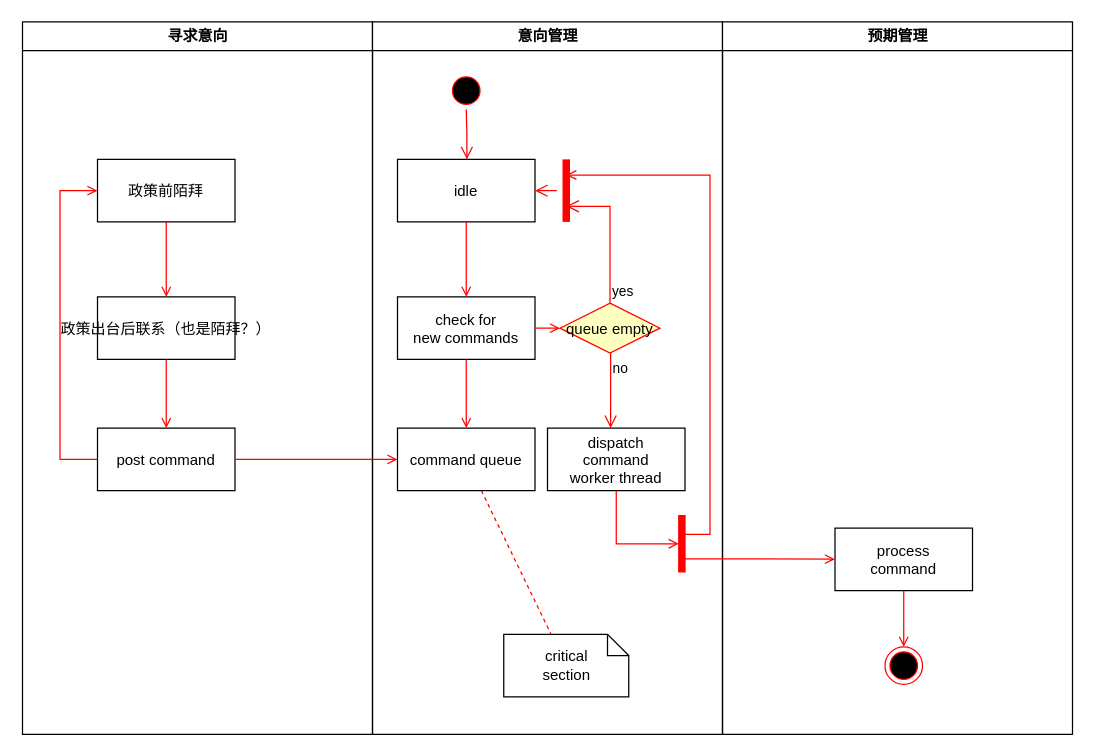
This is 未命名绘图.drawio from evanzf/Home, a draw.io file, before an edit. Source tidied: cells renumbered, new cells numbered last; positions are measured from the earlier drawing's top-left corner, leaving out a move shared by most shapes. Both pictures are drawn from the tidied source at 125%, with x=0, y=0 at pixel (21, 21).
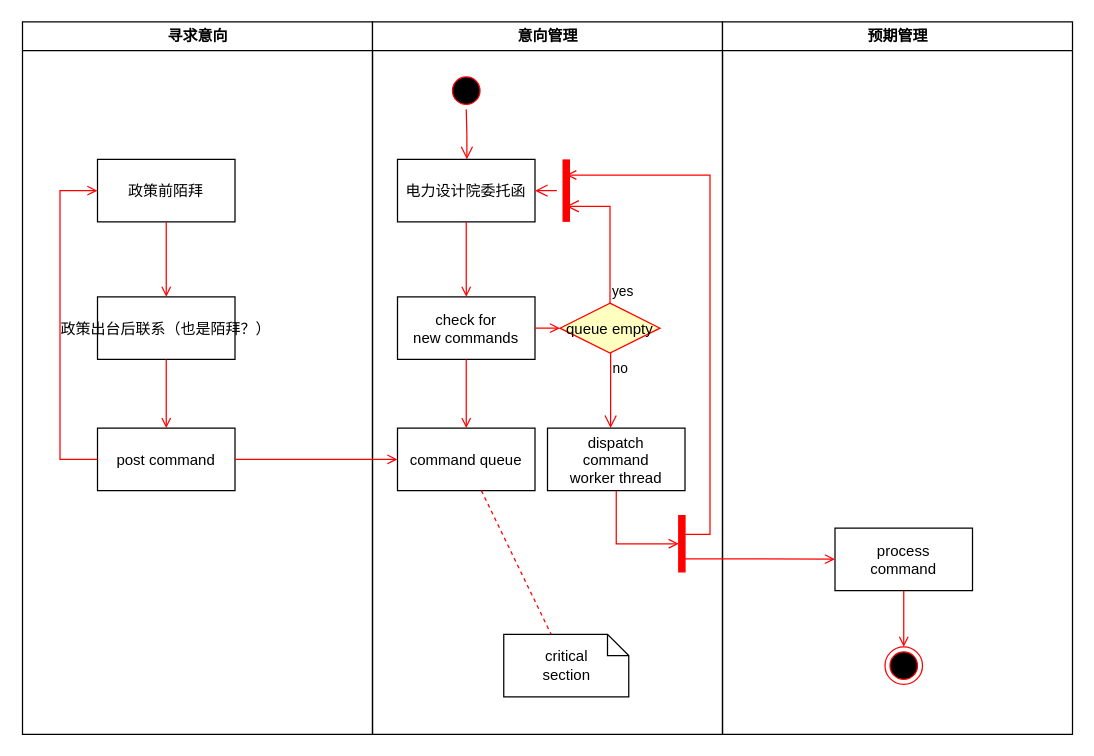
The same page after the edit.

Commit message:
更新未命名绘图.drawio

The change refers to these unchanged cells:
```xml
<mxCell id="9" value="意向管理" style="swimlane;whiteSpace=wrap;" parent="1" vertex="1">
  <mxGeometry x="280.5" width="280" height="570" as="geometry" />
</mxCell>
```

What changed in the source:
```diff
@@
-    <mxCell id="12" value="idle" parent="9" vertex="1">
+    <mxCell id="12" value="电力设计院委托函" parent="9" vertex="1">
       <mxGeometry x="20" y="110" width="110" height="50" as="geometry" />
     </mxCell>
```
